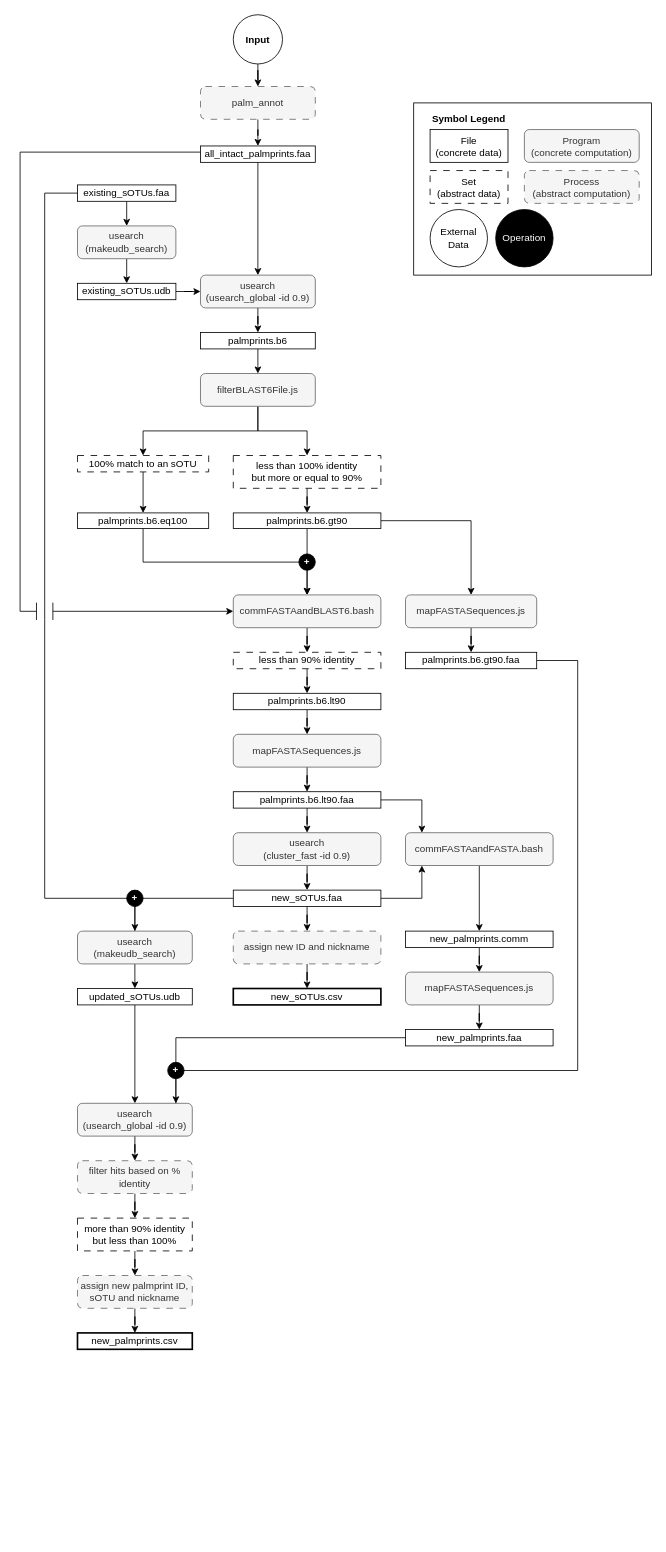
The draw.io diagram script/palmdb/sOTU Assigment Workflow.drawio in serratus-bio/logan-backend, before the edit. Source tidied: cells renumbered, new cells numbered last; positions are measured from the earlier drawing's top-left corner, leaving out a move shared by most shapes. Both pictures are drawn from the tidied source at 82%, with x=0, y=0 at pixel (20, 14).
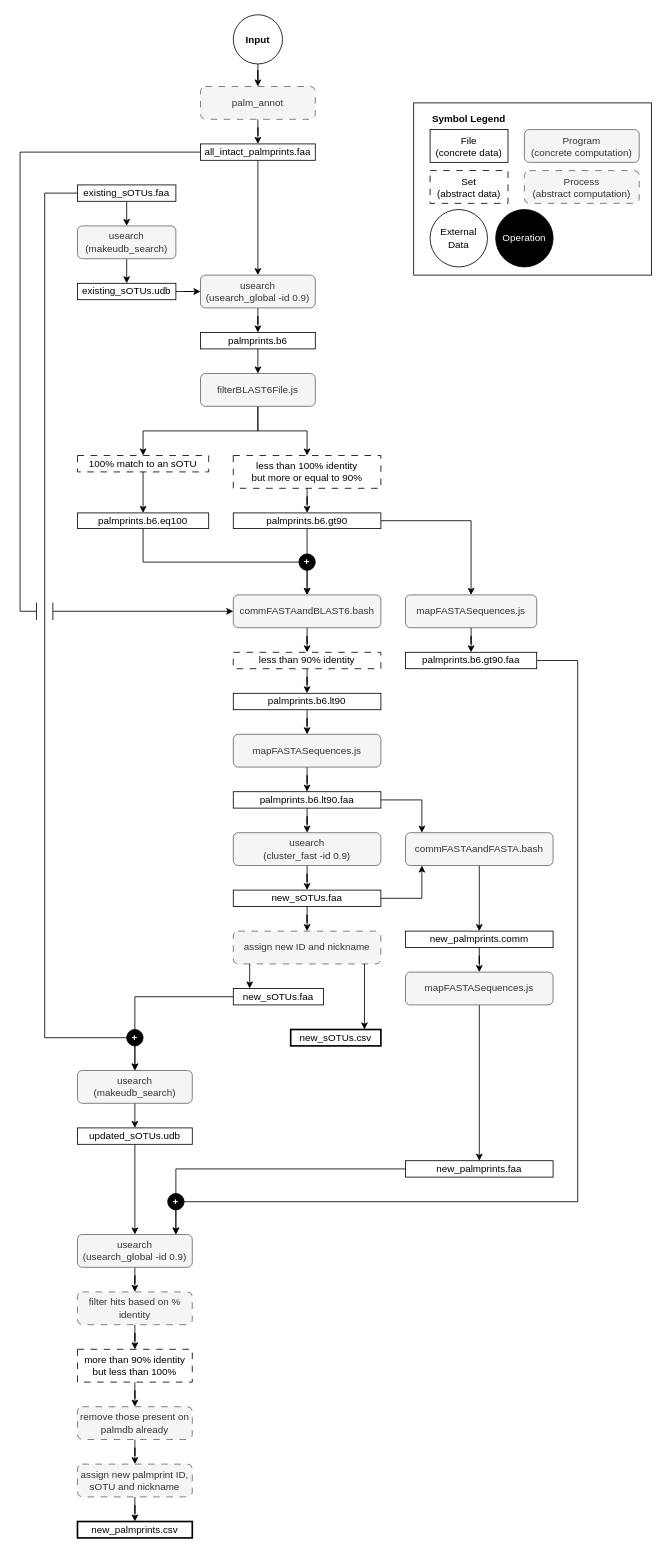
The same diagram, later.

The change refers to these unchanged cells:
```xml
<mxCell id="10" value="&lt;div&gt;existing_sOTUs.faa&lt;/div&gt;" style="rounded=0;whiteSpace=wrap;html=1;" parent="1" vertex="1">
  <mxGeometry x="70" y="208" width="120" height="20" as="geometry" />
</mxCell>
<mxCell id="33" value="&lt;div&gt;new_sOTUs.faa&lt;/div&gt;" style="rounded=0;whiteSpace=wrap;html=1;" parent="1" vertex="1">
  <mxGeometry x="260" y="1068" width="180" height="20" as="geometry" />
</mxCell>
<mxCell id="35" value="assign new ID and nickname" style="rounded=1;whiteSpace=wrap;html=1;fillColor=#f5f5f5;strokeColor=#666666;fontColor=#333333;dashed=1;dashPattern=8 8;" parent="1" vertex="1">
  <mxGeometry x="260" y="1118" width="180" height="40" as="geometry" />
</mxCell>
<mxCell id="41" value="&lt;div&gt;palmprints.b6.gt90.faa&lt;/div&gt;" style="rounded=0;whiteSpace=wrap;html=1;" parent="1" vertex="1">
  <mxGeometry x="470" y="778" width="160" height="20" as="geometry" />
</mxCell>
```

Change to the diagram source:
```diff
@@
     <mxCell id="7" value="&lt;div&gt;all_intact_palmprints.faa&lt;/div&gt;" style="rounded=0;whiteSpace=wrap;html=1;" parent="1" vertex="1">
-      <mxGeometry x="220" y="160.5" width="140" height="20" as="geometry" />
+      <mxGeometry x="220" y="158" width="140" height="20" as="geometry" />
     </mxCell>
@@
-    <mxCell id="9" style="edgeStyle=orthogonalEdgeStyle;rounded=0;jettySize=auto;html=1;entryX=0;entryY=0.5;entryDx=0;entryDy=0;" parent="1" edge="1" source="10" target="45">
+    <mxCell id="9" style="edgeStyle=orthogonalEdgeStyle;rounded=0;jettySize=auto;html=1;entryX=0.5;entryY=0;entryDx=0;entryDy=0;" parent="1" edge="1" source="10" target="45">
       <mxGeometry relative="1" as="geometry">
         <Array as="points">
           <mxPoint x="30" y="218" />
-          <mxPoint x="30" y="1078" />
-          <mxPoint x="140" y="1078" />
-          <mxPoint x="140" y="1138" />
+          <mxPoint x="30" y="1248" />
+          <mxPoint x="140" y="1248" />
         </Array>
       </mxGeometry>
     </mxCell>
@@
-    <mxCell id="32" style="edgeStyle=orthogonalEdgeStyle;rounded=0;jettySize=auto;html=1;" parent="1" edge="1" source="33" target="45">
-      <mxGeometry relative="1" as="geometry" />
-    </mxCell>
@@
-    <mxCell id="34" style="edgeStyle=orthogonalEdgeStyle;rounded=0;jettySize=auto;html=1;entryX=0.5;entryY=0;entryDx=0;entryDy=0;" parent="1" edge="1" source="35" target="58">
-      <mxGeometry relative="1" as="geometry" />
-    </mxCell>
@@
-    <mxCell id="40" style="edgeStyle=orthogonalEdgeStyle;rounded=0;jettySize=auto;html=1;" parent="1" edge="1" source="41">
-      <mxGeometry relative="1" as="geometry">
-        <mxPoint x="190" y="1348" as="targetPoint" />
-        <Array as="points">
-          <mxPoint x="680" y="788" />
-          <mxPoint x="680" y="1288" />
-          <mxPoint x="190" y="1288" />
-        </Array>
-      </mxGeometry>
-    </mxCell>
+    <mxCell id="90" style="edgeStyle=orthogonalEdgeStyle;rounded=0;jettySize=auto;html=1;" parent="1" edge="1" source="41">
+      <mxGeometry relative="1" as="geometry">
+        <mxPoint x="190" y="1488" as="targetPoint" />
+        <Array as="points">
+          <mxPoint x="680" y="788" />
+          <mxPoint x="680" y="1448" />
+          <mxPoint x="190" y="1448" />
+        </Array>
+      </mxGeometry>
+    </mxCell>
@@
     <mxCell id="45" value="&lt;div&gt;usearch&lt;/div&gt;&lt;div&gt;(makeudb_search)&lt;br&gt;&lt;/div&gt;" style="rounded=1;whiteSpace=wrap;html=1;fillColor=#f5f5f5;strokeColor=#666666;fontColor=#333333;" parent="1" vertex="1">
-      <mxGeometry x="70" y="1118" width="140" height="40" as="geometry" />
+      <mxGeometry x="70" y="1288" width="140" height="40" as="geometry" />
     </mxCell>
@@
     <mxCell id="47" value="&lt;div&gt;updated_sOTUs.udb&lt;/div&gt;" style="rounded=0;whiteSpace=wrap;html=1;" parent="1" vertex="1">
-      <mxGeometry x="70" y="1188" width="140" height="20" as="geometry" />
+      <mxGeometry x="70" y="1358" width="140" height="20" as="geometry" />
     </mxCell>
@@
-    <mxCell id="49" value="&lt;b&gt;+&lt;/b&gt;" style="ellipse;whiteSpace=wrap;html=1;fillStyle=auto;fillColor=#000000;fontColor=#FFFFFF;" parent="1" vertex="1">
-      <mxGeometry x="130" y="1068" width="20" height="20" as="geometry" />
-    </mxCell>
@@
     <mxCell id="51" value="&lt;div&gt;usearch&lt;/div&gt;&lt;div&gt;(usearch_global -id 0.9)&lt;br&gt;&lt;/div&gt;" style="rounded=1;whiteSpace=wrap;html=1;fillColor=#f5f5f5;strokeColor=#666666;fontColor=#333333;" parent="1" vertex="1">
-      <mxGeometry x="70" y="1328" width="140" height="40" as="geometry" />
+      <mxGeometry x="70" y="1488" width="140" height="40" as="geometry" />
     </mxCell>
@@
     <mxCell id="53" value="filter hits based on % identity" style="rounded=1;whiteSpace=wrap;html=1;fillColor=#f5f5f5;strokeColor=#666666;fontColor=#333333;dashed=1;dashPattern=8 8;" parent="1" vertex="1">
-      <mxGeometry x="70" y="1398" width="140" height="40" as="geometry" />
+      <mxGeometry x="70" y="1558" width="140" height="40" as="geometry" />
     </mxCell>
@@
     <mxCell id="55" value="&lt;div&gt;&lt;span style=&quot;background-color: initial;&quot;&gt;more than 90% identity&lt;/span&gt;&lt;br&gt;&lt;/div&gt;&lt;div&gt;&lt;span style=&quot;background-color: initial;&quot;&gt;but less than 100%&lt;/span&gt;&lt;/div&gt;" style="rounded=0;whiteSpace=wrap;html=1;dashed=1;dashPattern=8 8;" parent="1" vertex="1">
-      <mxGeometry x="70" y="1468" width="140" height="40" as="geometry" />
+      <mxGeometry x="70" y="1628" width="140" height="40" as="geometry" />
     </mxCell>
-    <mxCell id="56" style="edgeStyle=orthogonalEdgeStyle;rounded=0;jettySize=auto;html=1;entryX=0.5;entryY=0;entryDx=0;entryDy=0;" parent="1" edge="1" source="57" target="59">
-      <mxGeometry relative="1" as="geometry" />
-    </mxCell>
+    <mxCell id="91" style="edgeStyle=orthogonalEdgeStyle;rounded=0;jettySize=auto;html=1;entryX=0.5;entryY=0;entryDx=0;entryDy=0;" parent="1" edge="1" source="57" target="97">
+      <mxGeometry relative="1" as="geometry" />
+    </mxCell>
-    <mxCell id="57" value="assign new palmprint ID, sOTU and nickname" style="rounded=1;whiteSpace=wrap;html=1;fillColor=#f5f5f5;strokeColor=#666666;fontColor=#333333;dashed=1;dashPattern=8 8;" parent="1" vertex="1">
-      <mxGeometry x="70" y="1538" width="140" height="40" as="geometry" />
+    <mxCell id="57" value="remove those present on palmdb already" style="rounded=1;whiteSpace=wrap;html=1;fillColor=#f5f5f5;strokeColor=#666666;fontColor=#333333;dashed=1;dashPattern=8 8;" parent="1" vertex="1">
+      <mxGeometry x="70" y="1698" width="140" height="40" as="geometry" />
     </mxCell>
     <mxCell id="58" value="&lt;div&gt;new_sOTUs.csv&lt;/div&gt;" style="rounded=0;whiteSpace=wrap;html=1;strokeWidth=2;" parent="1" vertex="1">
-      <mxGeometry x="260" y="1188" width="180" height="20" as="geometry" />
+      <mxGeometry x="330" y="1238" width="110" height="20" as="geometry" />
     </mxCell>
     <mxCell id="59" value="&lt;div&gt;new_palmprints.csv&lt;/div&gt;" style="rounded=0;whiteSpace=wrap;html=1;strokeWidth=2;" parent="1" vertex="1">
-      <mxGeometry x="70" y="1608" width="140" height="20" as="geometry" />
+      <mxGeometry x="70" y="1838" width="140" height="20" as="geometry" />
     </mxCell>
@@
     <mxCell id="83" value="&lt;div&gt;new_palmprints.faa&lt;/div&gt;" style="rounded=0;whiteSpace=wrap;html=1;" parent="1" vertex="1">
-      <mxGeometry x="470" y="1238" width="180" height="20" as="geometry" />
+      <mxGeometry x="470" y="1398" width="180" height="20" as="geometry" />
     </mxCell>
@@
+    <mxCell id="87" style="shape=partialRectangle;whiteSpace=wrap;html=1;top=0;bottom=0;fillColor=#FFFFFF;" parent="1" vertex="1">
+      <mxGeometry x="20" y="718" width="20" height="20" as="geometry" />
+    </mxCell>
+    <mxCell id="92" style="edgeStyle=orthogonalEdgeStyle;rounded=0;jettySize=auto;html=1;entryX=0.5;entryY=0;entryDx=0;entryDy=0;" parent="1" edge="1" source="93" target="45">
+      <mxGeometry relative="1" as="geometry" />
+    </mxCell>
+    <mxCell id="88" style="endArrow=none;html=1;rounded=0;exitX=0.5;exitY=1;exitDx=0;exitDy=0;" parent="1" edge="1" source="87">
+      <mxGeometry relative="1" as="geometry">
+        <mxPoint x="30" y="718" as="targetPoint" />
+      </mxGeometry>
+    </mxCell>
+    <mxCell id="93" value="&lt;div&gt;new_sOTUs.faa&lt;/div&gt;" style="rounded=0;whiteSpace=wrap;html=1;" parent="1" vertex="1">
+      <mxGeometry x="260" y="1188" width="110" height="20" as="geometry" />
+    </mxCell>
+    <mxCell id="49" value="&lt;b&gt;+&lt;/b&gt;" style="ellipse;whiteSpace=wrap;html=1;fillStyle=auto;fillColor=#000000;fontColor=#FFFFFF;" parent="1" vertex="1">
+      <mxGeometry x="130" y="1238" width="20" height="20" as="geometry" />
+    </mxCell>
@@
-    <mxCell id="87" style="shape=partialRectangle;whiteSpace=wrap;html=1;top=0;bottom=0;fillColor=#FFFFFF;" parent="1" vertex="1">
-      <mxGeometry x="20" y="718" width="20" height="20" as="geometry" />
-    </mxCell>
-    <mxCell id="88" style="endArrow=none;html=1;rounded=0;exitX=0.5;exitY=1;exitDx=0;exitDy=0;" parent="1" edge="1" source="87">
-      <mxGeometry relative="1" as="geometry">
-        <mxPoint x="30" y="718" as="targetPoint" />
-      </mxGeometry>
-    </mxCell>
     <mxCell id="89" value="&lt;b&gt;+&lt;/b&gt;" style="ellipse;whiteSpace=wrap;html=1;fillStyle=auto;fillColor=#000000;fontColor=#FFFFFF;" parent="1" vertex="1">
-      <mxGeometry x="180" y="1278" width="20" height="20" as="geometry" />
+      <mxGeometry x="180" y="1438" width="20" height="20" as="geometry" />
     </mxCell>
+    <mxCell id="94" style="endArrow=classic;html=1;rounded=0;" parent="1" edge="1">
+      <mxGeometry relative="1" as="geometry">
+        <mxPoint x="280" y="1158" as="sourcePoint" />
+        <mxPoint x="280" y="1188" as="targetPoint" />
+      </mxGeometry>
+    </mxCell>
+    <mxCell id="95" style="endArrow=classic;html=1;rounded=0;entryX=0.818;entryY=0;entryDx=0;entryDy=0;entryPerimeter=0;" parent="1" edge="1" target="58">
+      <mxGeometry relative="1" as="geometry">
+        <mxPoint x="420" y="1158" as="sourcePoint" />
+      </mxGeometry>
+    </mxCell>
+    <mxCell id="96" style="edgeStyle=orthogonalEdgeStyle;rounded=0;jettySize=auto;html=1;entryX=0.5;entryY=0;entryDx=0;entryDy=0;" parent="1" edge="1" source="97" target="59">
+      <mxGeometry relative="1" as="geometry" />
+    </mxCell>
+    <mxCell id="97" value="assign new palmprint ID, sOTU and nickname" style="rounded=1;whiteSpace=wrap;html=1;fillColor=#f5f5f5;strokeColor=#666666;fontColor=#333333;dashed=1;dashPattern=8 8;" parent="1" vertex="1">
+      <mxGeometry x="70" y="1768" width="140" height="40" as="geometry" />
+    </mxCell>
```
